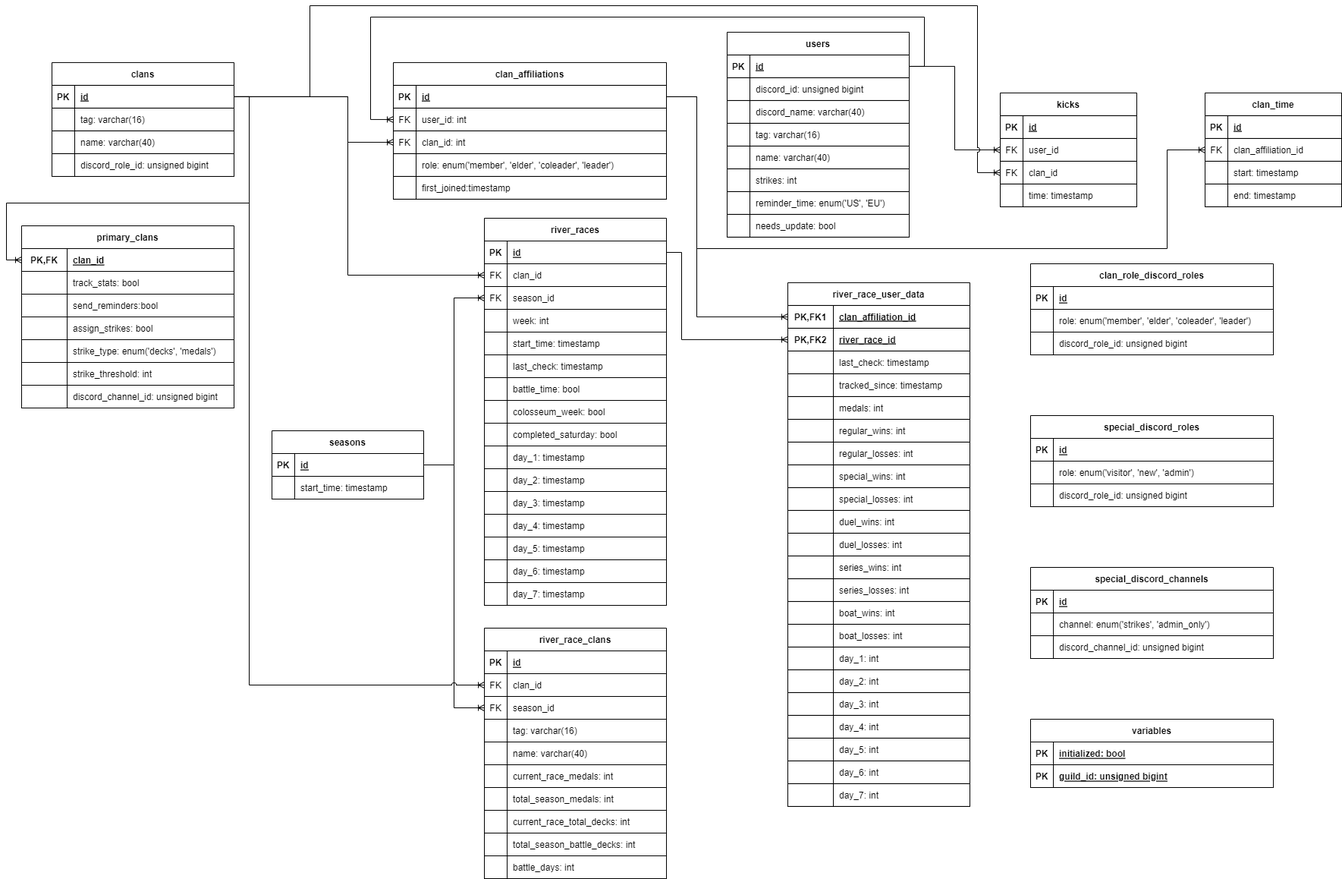
Above: docs/DatabaseSchema.png in chradajan/ClashRoyaleManager (draw.io), before the change. Source tidied: cells renumbered, new cells last; positions are measured from the earlier drawing's top-left corner, leaving out a move shared by most shapes.
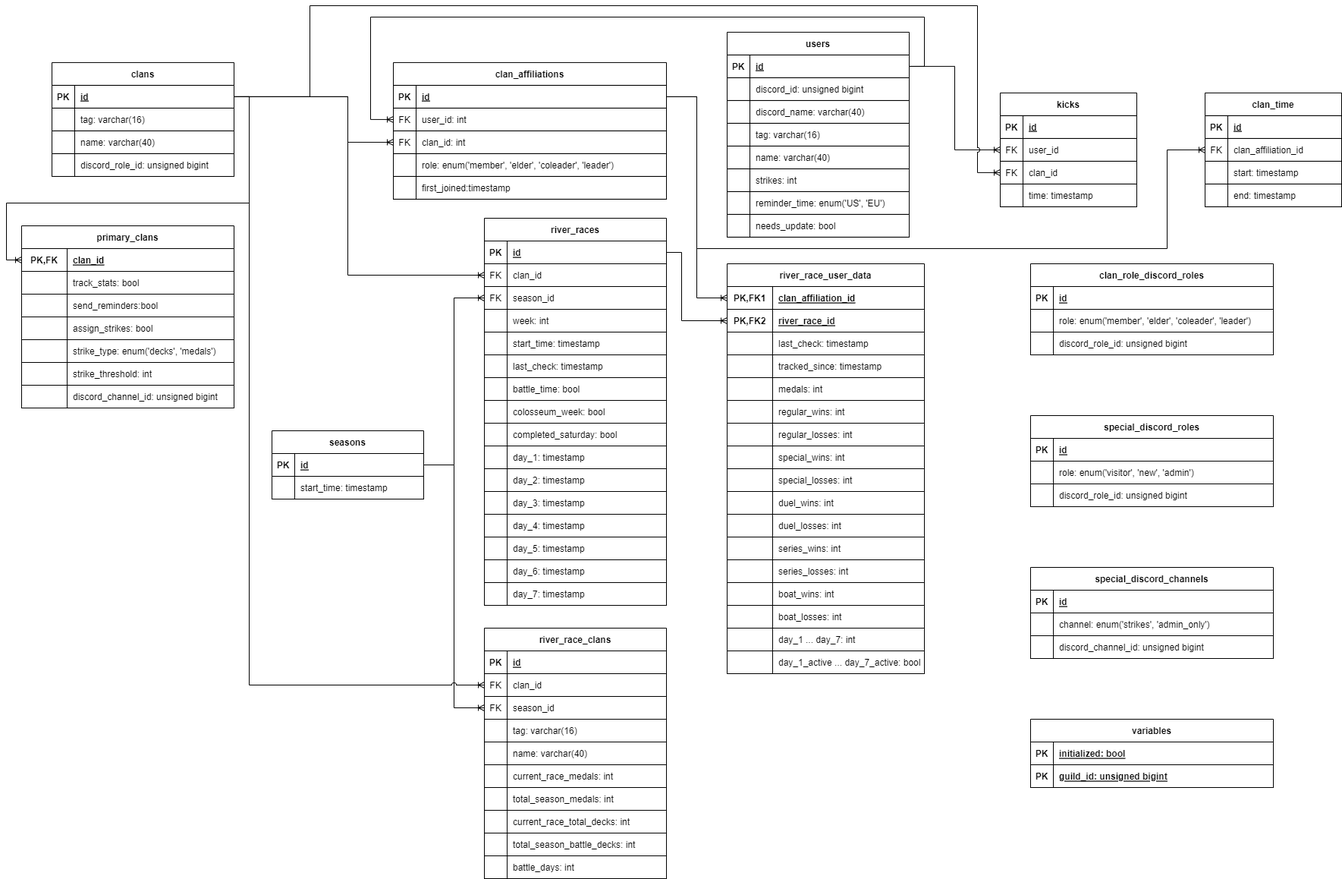
After the commit.

Change to the diagram source:
```diff
@@ -378,206 +378,161 @@
       <mxGeometry x="30" width="210" height="30" as="geometry" />
     </mxCell>
     <mxCell id="127" value="river_race_user_data" style="shape=table;startSize=30;rowLines=0;fontStyle=1;align=center;" parent="1" vertex="1">
-      <mxGeometry x="1030" y="364.9" width="240" height="690" as="geometry" />
+      <mxGeometry x="950" y="340" width="260" height="540" as="geometry" />
     </mxCell>
     <mxCell id="128" style="shape=tableRow;horizontal=0;startSize=0;swimlaneHead=0;swimlaneBody=0;fillColor=none;points=[[0,0.5],[1,0.5]];portConstraint=eastwest;top=0;left=0;right=0;bottom=0;" parent="127" vertex="1">
-      <mxGeometry y="30" width="240" height="30" as="geometry" />
+      <mxGeometry y="30" width="260" height="30" as="geometry" />
     </mxCell>
     <mxCell id="129" value="PK,FK1" style="shape=partialRectangle;fillColor=none;top=0;left=0;bottom=0;right=0;fontStyle=1;overflow=hidden;" parent="128" vertex="1">
       <mxGeometry width="60" height="30" as="geometry" />
     </mxCell>
     <mxCell id="130" value="clan_affiliation_id" style="shape=partialRectangle;fillColor=none;top=0;left=0;bottom=0;right=0;align=left;spacingLeft=6;fontStyle=5;overflow=hidden;" parent="128" vertex="1">
-      <mxGeometry x="60" width="180" height="30" as="geometry" />
+      <mxGeometry x="60" width="200" height="30" as="geometry" />
     </mxCell>
     <mxCell id="131" style="shape=tableRow;horizontal=0;startSize=0;swimlaneHead=0;swimlaneBody=0;fillColor=none;points=[[0,0.5],[1,0.5]];portConstraint=eastwest;top=0;left=0;right=0;bottom=1;" parent="127" vertex="1">
-      <mxGeometry y="60" width="240" height="30" as="geometry" />
+      <mxGeometry y="60" width="260" height="30" as="geometry" />
     </mxCell>
     <mxCell id="132" value="PK,FK2" style="shape=partialRectangle;fillColor=none;top=0;left=0;bottom=0;right=0;fontStyle=1;overflow=hidden;" parent="131" vertex="1">
       <mxGeometry width="60" height="30" as="geometry" />
     </mxCell>
     <mxCell id="133" value="river_race_id" style="shape=partialRectangle;fillColor=none;top=0;left=0;bottom=0;right=0;align=left;spacingLeft=6;fontStyle=5;overflow=hidden;" parent="131" vertex="1">
-      <mxGeometry x="60" width="180" height="30" as="geometry" />
+      <mxGeometry x="60" width="200" height="30" as="geometry" />
     </mxCell>
     <mxCell id="134" style="shape=tableRow;horizontal=0;startSize=0;swimlaneHead=0;swimlaneBody=0;fillColor=none;top=0;left=0;right=0;bottom=0;" parent="127" vertex="1">
-      <mxGeometry y="90" width="240" height="30" as="geometry" />
+      <mxGeometry y="90" width="260" height="30" as="geometry" />
     </mxCell>
     <mxCell id="135" style="shape=partialRectangle;fillColor=none;top=0;left=0;bottom=0;right=0;overflow=hidden;" parent="134" vertex="1">
       <mxGeometry width="60" height="30" as="geometry" />
     </mxCell>
     <mxCell id="136" value="last_check: timestamp" style="shape=partialRectangle;fillColor=none;top=0;left=0;bottom=0;right=0;align=left;spacingLeft=6;overflow=hidden;" parent="134" vertex="1">
-      <mxGeometry x="60" width="180" height="30" as="geometry" />
+      <mxGeometry x="60" width="200" height="30" as="geometry" />
     </mxCell>
     <mxCell id="137" style="shape=tableRow;horizontal=0;startSize=0;swimlaneHead=0;swimlaneBody=0;fillColor=none;top=0;left=0;right=0;bottom=0;" parent="127" vertex="1">
-      <mxGeometry y="120" width="240" height="30" as="geometry" />
+      <mxGeometry y="120" width="260" height="30" as="geometry" />
     </mxCell>
     <mxCell id="138" style="shape=partialRectangle;fillColor=none;top=0;left=0;bottom=0;right=0;overflow=hidden;" parent="137" vertex="1">
       <mxGeometry width="60" height="30" as="geometry" />
     </mxCell>
     <mxCell id="139" value="tracked_since: timestamp" style="shape=partialRectangle;fillColor=none;top=0;left=0;bottom=0;right=0;align=left;spacingLeft=6;overflow=hidden;" parent="137" vertex="1">
-      <mxGeometry x="60" width="180" height="30" as="geometry" />
+      <mxGeometry x="60" width="200" height="30" as="geometry" />
     </mxCell>
     <mxCell id="140" style="shape=tableRow;horizontal=0;startSize=0;swimlaneHead=0;swimlaneBody=0;fillColor=none;top=0;left=0;right=0;bottom=0;" parent="127" vertex="1">
-      <mxGeometry y="150" width="240" height="30" as="geometry" />
+      <mxGeometry y="150" width="260" height="30" as="geometry" />
     </mxCell>
     <mxCell id="141" style="shape=partialRectangle;fillColor=none;top=0;left=0;bottom=0;right=0;overflow=hidden;" parent="140" vertex="1">
       <mxGeometry width="60" height="30" as="geometry" />
     </mxCell>
     <mxCell id="142" value="medals: int" style="shape=partialRectangle;fillColor=none;top=0;left=0;bottom=0;right=0;align=left;spacingLeft=6;overflow=hidden;" parent="140" vertex="1">
-      <mxGeometry x="60" width="180" height="30" as="geometry" />
+      <mxGeometry x="60" width="200" height="30" as="geometry" />
     </mxCell>
     <mxCell id="143" style="shape=tableRow;horizontal=0;startSize=0;swimlaneHead=0;swimlaneBody=0;fillColor=none;top=0;left=0;right=0;bottom=0;" parent="127" vertex="1">
-      <mxGeometry y="180" width="240" height="30" as="geometry" />
+      <mxGeometry y="180" width="260" height="30" as="geometry" />
     </mxCell>
     <mxCell id="144" style="shape=partialRectangle;fillColor=none;top=0;left=0;bottom=0;right=0;overflow=hidden;" parent="143" vertex="1">
       <mxGeometry width="60" height="30" as="geometry" />
     </mxCell>
     <mxCell id="145" value="regular_wins: int" style="shape=partialRectangle;fillColor=none;top=0;left=0;bottom=0;right=0;align=left;spacingLeft=6;overflow=hidden;" parent="143" vertex="1">
-      <mxGeometry x="60" width="180" height="30" as="geometry" />
+      <mxGeometry x="60" width="200" height="30" as="geometry" />
     </mxCell>
     <mxCell id="146" style="shape=tableRow;horizontal=0;startSize=0;swimlaneHead=0;swimlaneBody=0;fillColor=none;top=0;left=0;right=0;bottom=0;" parent="127" vertex="1">
-      <mxGeometry y="210" width="240" height="30" as="geometry" />
+      <mxGeometry y="210" width="260" height="30" as="geometry" />
     </mxCell>
     <mxCell id="147" style="shape=partialRectangle;fillColor=none;top=0;left=0;bottom=0;right=0;overflow=hidden;" parent="146" vertex="1">
       <mxGeometry width="60" height="30" as="geometry" />
     </mxCell>
     <mxCell id="148" value="regular_losses: int" style="shape=partialRectangle;fillColor=none;top=0;left=0;bottom=0;right=0;align=left;spacingLeft=6;overflow=hidden;" parent="146" vertex="1">
-      <mxGeometry x="60" width="180" height="30" as="geometry" />
+      <mxGeometry x="60" width="200" height="30" as="geometry" />
     </mxCell>
     <mxCell id="149" style="shape=tableRow;horizontal=0;startSize=0;swimlaneHead=0;swimlaneBody=0;fillColor=none;top=0;left=0;right=0;bottom=0;" parent="127" vertex="1">
-      <mxGeometry y="240" width="240" height="30" as="geometry" />
+      <mxGeometry y="240" width="260" height="30" as="geometry" />
     </mxCell>
     <mxCell id="150" style="shape=partialRectangle;fillColor=none;top=0;left=0;bottom=0;right=0;overflow=hidden;" parent="149" vertex="1">
       <mxGeometry width="60" height="30" as="geometry" />
     </mxCell>
     <mxCell id="151" value="special_wins: int" style="shape=partialRectangle;fillColor=none;top=0;left=0;bottom=0;right=0;align=left;spacingLeft=6;overflow=hidden;" parent="149" vertex="1">
-      <mxGeometry x="60" width="180" height="30" as="geometry" />
+      <mxGeometry x="60" width="200" height="30" as="geometry" />
     </mxCell>
     <mxCell id="152" style="shape=tableRow;horizontal=0;startSize=0;swimlaneHead=0;swimlaneBody=0;fillColor=none;top=0;left=0;right=0;bottom=0;" parent="127" vertex="1">
-      <mxGeometry y="270" width="240" height="30" as="geometry" />
+      <mxGeometry y="270" width="260" height="30" as="geometry" />
     </mxCell>
     <mxCell id="153" style="shape=partialRectangle;fillColor=none;top=0;left=0;bottom=0;right=0;overflow=hidden;" parent="152" vertex="1">
       <mxGeometry width="60" height="30" as="geometry" />
     </mxCell>
     <mxCell id="154" value="special_losses: int" style="shape=partialRectangle;fillColor=none;top=0;left=0;bottom=0;right=0;align=left;spacingLeft=6;overflow=hidden;" parent="152" vertex="1">
-      <mxGeometry x="60" width="180" height="30" as="geometry" />
+      <mxGeometry x="60" width="200" height="30" as="geometry" />
     </mxCell>
     <mxCell id="155" style="shape=tableRow;horizontal=0;startSize=0;swimlaneHead=0;swimlaneBody=0;fillColor=none;top=0;left=0;right=0;bottom=0;" parent="127" vertex="1">
-      <mxGeometry y="300" width="240" height="30" as="geometry" />
+      <mxGeometry y="300" width="260" height="30" as="geometry" />
     </mxCell>
     <mxCell id="156" style="shape=partialRectangle;fillColor=none;top=0;left=0;bottom=0;right=0;overflow=hidden;" parent="155" vertex="1">
       <mxGeometry width="60" height="30" as="geometry" />
     </mxCell>
     <mxCell id="157" value="duel_wins: int" style="shape=partialRectangle;fillColor=none;top=0;left=0;bottom=0;right=0;align=left;spacingLeft=6;overflow=hidden;" parent="155" vertex="1">
-      <mxGeometry x="60" width="180" height="30" as="geometry" />
+      <mxGeometry x="60" width="200" height="30" as="geometry" />
     </mxCell>
     <mxCell id="158" style="shape=tableRow;horizontal=0;startSize=0;swimlaneHead=0;swimlaneBody=0;fillColor=none;top=0;left=0;right=0;bottom=0;" parent="127" vertex="1">
-      <mxGeometry y="330" width="240" height="30" as="geometry" />
+      <mxGeometry y="330" width="260" height="30" as="geometry" />
     </mxCell>
     <mxCell id="159" style="shape=partialRectangle;fillColor=none;top=0;left=0;bottom=0;right=0;overflow=hidden;" parent="158" vertex="1">
       <mxGeometry width="60" height="30" as="geometry" />
     </mxCell>
     <mxCell id="160" value="duel_losses: int" style="shape=partialRectangle;fillColor=none;top=0;left=0;bottom=0;right=0;align=left;spacingLeft=6;overflow=hidden;" parent="158" vertex="1">
-      <mxGeometry x="60" width="180" height="30" as="geometry" />
+      <mxGeometry x="60" width="200" height="30" as="geometry" />
     </mxCell>
     <mxCell id="161" style="shape=tableRow;horizontal=0;startSize=0;swimlaneHead=0;swimlaneBody=0;fillColor=none;top=0;left=0;right=0;bottom=0;" parent="127" vertex="1">
-      <mxGeometry y="360" width="240" height="30" as="geometry" />
+      <mxGeometry y="360" width="260" height="30" as="geometry" />
     </mxCell>
     <mxCell id="162" style="shape=partialRectangle;fillColor=none;top=0;left=0;bottom=0;right=0;overflow=hidden;" parent="161" vertex="1">
       <mxGeometry width="60" height="30" as="geometry" />
     </mxCell>
     <mxCell id="163" value="series_wins: int" style="shape=partialRectangle;fillColor=none;top=0;left=0;bottom=0;right=0;align=left;spacingLeft=6;overflow=hidden;" parent="161" vertex="1">
-      <mxGeometry x="60" width="180" height="30" as="geometry" />
+      <mxGeometry x="60" width="200" height="30" as="geometry" />
     </mxCell>
     <mxCell id="164" style="shape=tableRow;horizontal=0;startSize=0;swimlaneHead=0;swimlaneBody=0;fillColor=none;top=0;left=0;right=0;bottom=0;" parent="127" vertex="1">
-      <mxGeometry y="390" width="240" height="30" as="geometry" />
+      <mxGeometry y="390" width="260" height="30" as="geometry" />
     </mxCell>
     <mxCell id="165" style="shape=partialRectangle;fillColor=none;top=0;left=0;bottom=0;right=0;overflow=hidden;" parent="164" vertex="1">
       <mxGeometry width="60" height="30" as="geometry" />
     </mxCell>
     <mxCell id="166" value="series_losses: int" style="shape=partialRectangle;fillColor=none;top=0;left=0;bottom=0;right=0;align=left;spacingLeft=6;overflow=hidden;" parent="164" vertex="1">
-      <mxGeometry x="60" width="180" height="30" as="geometry" />
+      <mxGeometry x="60" width="200" height="30" as="geometry" />
     </mxCell>
     <mxCell id="167" style="shape=tableRow;horizontal=0;startSize=0;swimlaneHead=0;swimlaneBody=0;fillColor=none;top=0;left=0;right=0;bottom=0;" parent="127" vertex="1">
-      <mxGeometry y="420" width="240" height="30" as="geometry" />
+      <mxGeometry y="420" width="260" height="30" as="geometry" />
     </mxCell>
     <mxCell id="168" style="shape=partialRectangle;fillColor=none;top=0;left=0;bottom=0;right=0;overflow=hidden;" parent="167" vertex="1">
       <mxGeometry width="60" height="30" as="geometry" />
     </mxCell>
     <mxCell id="169" value="boat_wins: int" style="shape=partialRectangle;fillColor=none;top=0;left=0;bottom=0;right=0;align=left;spacingLeft=6;overflow=hidden;" parent="167" vertex="1">
-      <mxGeometry x="60" width="180" height="30" as="geometry" />
+      <mxGeometry x="60" width="200" height="30" as="geometry" />
     </mxCell>
     <mxCell id="170" style="shape=tableRow;horizontal=0;startSize=0;swimlaneHead=0;swimlaneBody=0;fillColor=none;top=0;left=0;right=0;bottom=0;" parent="127" vertex="1">
-      <mxGeometry y="450" width="240" height="30" as="geometry" />
+      <mxGeometry y="450" width="260" height="30" as="geometry" />
     </mxCell>
     <mxCell id="171" style="shape=partialRectangle;fillColor=none;top=0;left=0;bottom=0;right=0;overflow=hidden;" parent="170" vertex="1">
       <mxGeometry width="60" height="30" as="geometry" />
     </mxCell>
     <mxCell id="172" value="boat_losses: int" style="shape=partialRectangle;fillColor=none;top=0;left=0;bottom=0;right=0;align=left;spacingLeft=6;overflow=hidden;" parent="170" vertex="1">
-      <mxGeometry x="60" width="180" height="30" as="geometry" />
+      <mxGeometry x="60" width="200" height="30" as="geometry" />
     </mxCell>
     <mxCell id="173" style="shape=tableRow;horizontal=0;startSize=0;swimlaneHead=0;swimlaneBody=0;fillColor=none;top=0;left=0;right=0;bottom=0;" parent="127" vertex="1">
-      <mxGeometry y="480" width="240" height="30" as="geometry" />
+      <mxGeometry y="480" width="260" height="30" as="geometry" />
     </mxCell>
     <mxCell id="174" style="shape=partialRectangle;fillColor=none;top=0;left=0;bottom=0;right=0;overflow=hidden;" parent="173" vertex="1">
       <mxGeometry width="60" height="30" as="geometry" />
     </mxCell>
-    <mxCell id="175" value="day_1: int" style="shape=partialRectangle;fillColor=none;top=0;left=0;bottom=0;right=0;align=left;spacingLeft=6;overflow=hidden;" parent="173" vertex="1">
-      <mxGeometry x="60" width="180" height="30" as="geometry" />
+    <mxCell id="175" value="day_1 ... day_7: int" style="shape=partialRectangle;fillColor=none;top=0;left=0;bottom=0;right=0;align=left;spacingLeft=6;overflow=hidden;" parent="173" vertex="1">
+      <mxGeometry x="60" width="200" height="30" as="geometry" />
     </mxCell>
     <mxCell id="176" style="shape=tableRow;horizontal=0;startSize=0;swimlaneHead=0;swimlaneBody=0;fillColor=none;top=0;left=0;right=0;bottom=0;" parent="127" vertex="1">
-      <mxGeometry y="510" width="240" height="30" as="geometry" />
+      <mxGeometry y="510" width="260" height="30" as="geometry" />
     </mxCell>
     <mxCell id="177" style="shape=partialRectangle;fillColor=none;top=0;left=0;bottom=0;right=0;overflow=hidden;" parent="176" vertex="1">
       <mxGeometry width="60" height="30" as="geometry" />
     </mxCell>
-    <mxCell id="178" value="day_2: int" style="shape=partialRectangle;fillColor=none;top=0;left=0;bottom=0;right=0;align=left;spacingLeft=6;overflow=hidden;" parent="176" vertex="1">
-      <mxGeometry x="60" width="180" height="30" as="geometry" />
+    <mxCell id="178" value="day_1_active ... day_7_active: bool" style="shape=partialRectangle;fillColor=none;top=0;left=0;bottom=0;right=0;align=left;spacingLeft=6;overflow=hidden;" parent="176" vertex="1">
+      <mxGeometry x="60" width="200" height="30" as="geometry" />
     </mxCell>
-    <mxCell id="179" style="shape=tableRow;horizontal=0;startSize=0;swimlaneHead=0;swimlaneBody=0;fillColor=none;top=0;left=0;right=0;bottom=0;" parent="127" vertex="1">
-      <mxGeometry y="540" width="240" height="30" as="geometry" />
-    </mxCell>
-    <mxCell id="180" style="shape=partialRectangle;fillColor=none;top=0;left=0;bottom=0;right=0;overflow=hidden;" parent="179" vertex="1">
-      <mxGeometry width="60" height="30" as="geometry" />
-    </mxCell>
-    <mxCell id="181" value="day_3: int" style="shape=partialRectangle;fillColor=none;top=0;left=0;bottom=0;right=0;align=left;spacingLeft=6;overflow=hidden;" parent="179" vertex="1">
-      <mxGeometry x="60" width="180" height="30" as="geometry" />
-    </mxCell>
-    <mxCell id="182" style="shape=tableRow;horizontal=0;startSize=0;swimlaneHead=0;swimlaneBody=0;fillColor=none;top=0;left=0;right=0;bottom=0;" parent="127" vertex="1">
-      <mxGeometry y="570" width="240" height="30" as="geometry" />
-    </mxCell>
-    <mxCell id="183" style="shape=partialRectangle;fillColor=none;top=0;left=0;bottom=0;right=0;overflow=hidden;" parent="182" vertex="1">
-      <mxGeometry width="60" height="30" as="geometry" />
-    </mxCell>
-    <mxCell id="184" value="day_4: int" style="shape=partialRectangle;fillColor=none;top=0;left=0;bottom=0;right=0;align=left;spacingLeft=6;overflow=hidden;" parent="182" vertex="1">
-      <mxGeometry x="60" width="180" height="30" as="geometry" />
-    </mxCell>
-    <mxCell id="185" style="shape=tableRow;horizontal=0;startSize=0;swimlaneHead=0;swimlaneBody=0;fillColor=none;top=0;left=0;right=0;bottom=0;" parent="127" vertex="1">
-      <mxGeometry y="600" width="240" height="30" as="geometry" />
-    </mxCell>
-    <mxCell id="186" style="shape=partialRectangle;fillColor=none;top=0;left=0;bottom=0;right=0;overflow=hidden;" parent="185" vertex="1">
-      <mxGeometry width="60" height="30" as="geometry" />
-    </mxCell>
-    <mxCell id="187" value="day_5: int" style="shape=partialRectangle;fillColor=none;top=0;left=0;bottom=0;right=0;align=left;spacingLeft=6;overflow=hidden;" parent="185" vertex="1">
-      <mxGeometry x="60" width="180" height="30" as="geometry" />
-    </mxCell>
-    <mxCell id="188" style="shape=tableRow;horizontal=0;startSize=0;swimlaneHead=0;swimlaneBody=0;fillColor=none;top=0;left=0;right=0;bottom=0;" parent="127" vertex="1">
-      <mxGeometry y="630" width="240" height="30" as="geometry" />
-    </mxCell>
-    <mxCell id="189" style="shape=partialRectangle;fillColor=none;top=0;left=0;bottom=0;right=0;overflow=hidden;" parent="188" vertex="1">
-      <mxGeometry width="60" height="30" as="geometry" />
-    </mxCell>
-    <mxCell id="190" value="day_6: int" style="shape=partialRectangle;fillColor=none;top=0;left=0;bottom=0;right=0;align=left;spacingLeft=6;overflow=hidden;" parent="188" vertex="1">
-      <mxGeometry x="60" width="180" height="30" as="geometry" />
-    </mxCell>
-    <mxCell id="191" style="shape=tableRow;horizontal=0;startSize=0;swimlaneHead=0;swimlaneBody=0;fillColor=none;top=0;left=0;right=0;bottom=0;" parent="127" vertex="1">
-      <mxGeometry y="660" width="240" height="30" as="geometry" />
-    </mxCell>
-    <mxCell id="192" style="shape=partialRectangle;fillColor=none;top=0;left=0;bottom=0;right=0;overflow=hidden;" parent="191" vertex="1">
-      <mxGeometry width="60" height="30" as="geometry" />
-    </mxCell>
-    <mxCell id="193" value="day_7: int" style="shape=partialRectangle;fillColor=none;top=0;left=0;bottom=0;right=0;align=left;spacingLeft=6;overflow=hidden;" parent="191" vertex="1">
-      <mxGeometry x="60" width="180" height="30" as="geometry" />
-    </mxCell>
     <mxCell id="194" style="edgeStyle=orthogonalEdgeStyle;rounded=0;jumpStyle=arc;jettySize=auto;html=1;exitX=1;exitY=0.5;exitDx=0;exitDy=0;entryX=0;entryY=0.5;entryDx=0;entryDy=0;startArrow=baseDash;startFill=0;endArrow=ERoneToMany;endFill=0;strokeColor=default;" parent="1" edge="1" source="41" target="85">
       <mxGeometry relative="1" as="geometry" />
     </mxCell>
@@ -733,8 +688,8 @@
     <mxCell id="239" style="edgeStyle=orthogonalEdgeStyle;rounded=0;jumpStyle=arc;jettySize=auto;html=1;exitX=1;exitY=0.5;exitDx=0;exitDy=0;entryX=0;entryY=0.5;entryDx=0;entryDy=0;startArrow=baseDash;startFill=0;endArrow=ERoneToMany;endFill=0;strokeColor=default;" parent="1" edge="1" source="197" target="128">
       <mxGeometry relative="1" as="geometry">
         <Array as="points">
-          <mxPoint x="910" y="119.9" />
-          <mxPoint x="910" y="409.9" />
+          <mxPoint x="910" y="120" />
+          <mxPoint x="910" y="385" />
         </Array>
       </mxGeometry>
     </mxCell>
@@ -742,7 +697,7 @@
       <mxGeometry relative="1" as="geometry">
         <Array as="points">
           <mxPoint x="890" y="325" />
-          <mxPoint x="890" y="440" />
+          <mxPoint x="890" y="415" />
         </Array>
       </mxGeometry>
     </mxCell>
```
